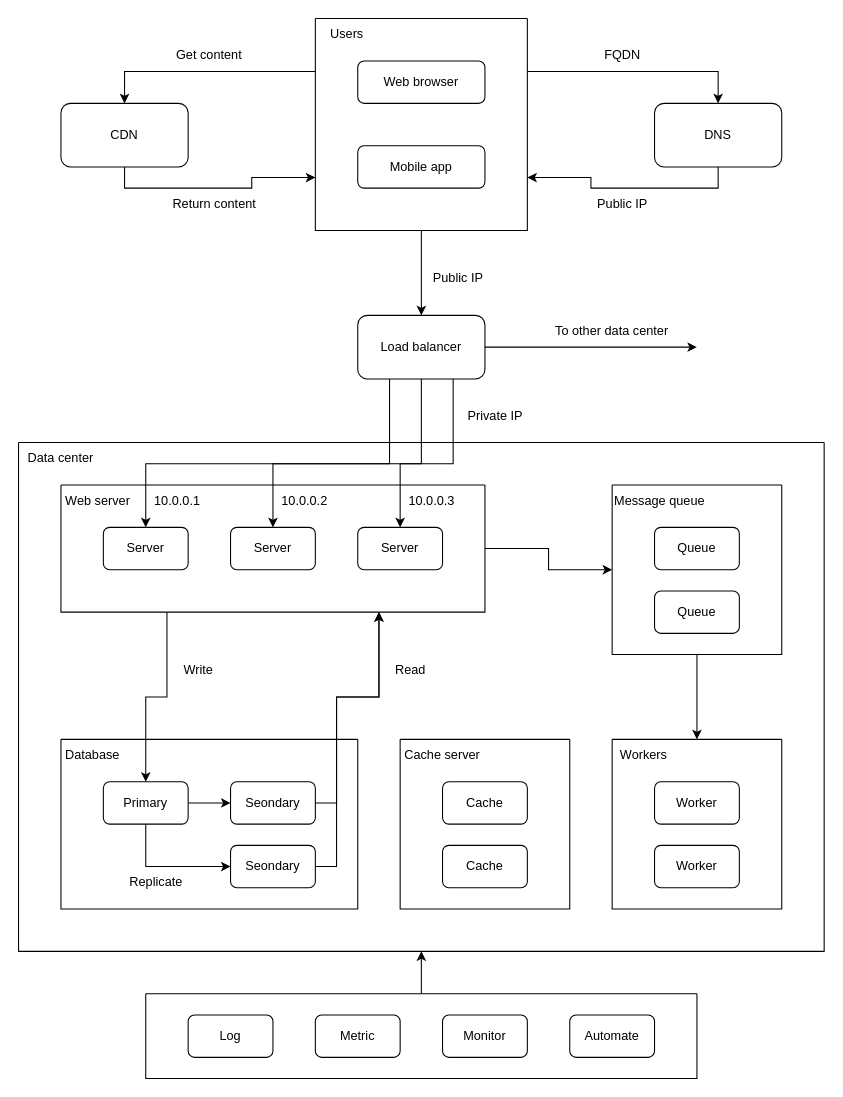
Earlier version of the draw.io diagram img/system-design/system-design1.drawio (riehseun/riehseun.github.io). Source tidied: cells renumbered, new cells numbered last; positions are measured from the earlier drawing's top-left corner, leaving out a move shared by most shapes. Both pictures are drawn from the tidied source at 106%, with x=0, y=0 at pixel (18, 18).
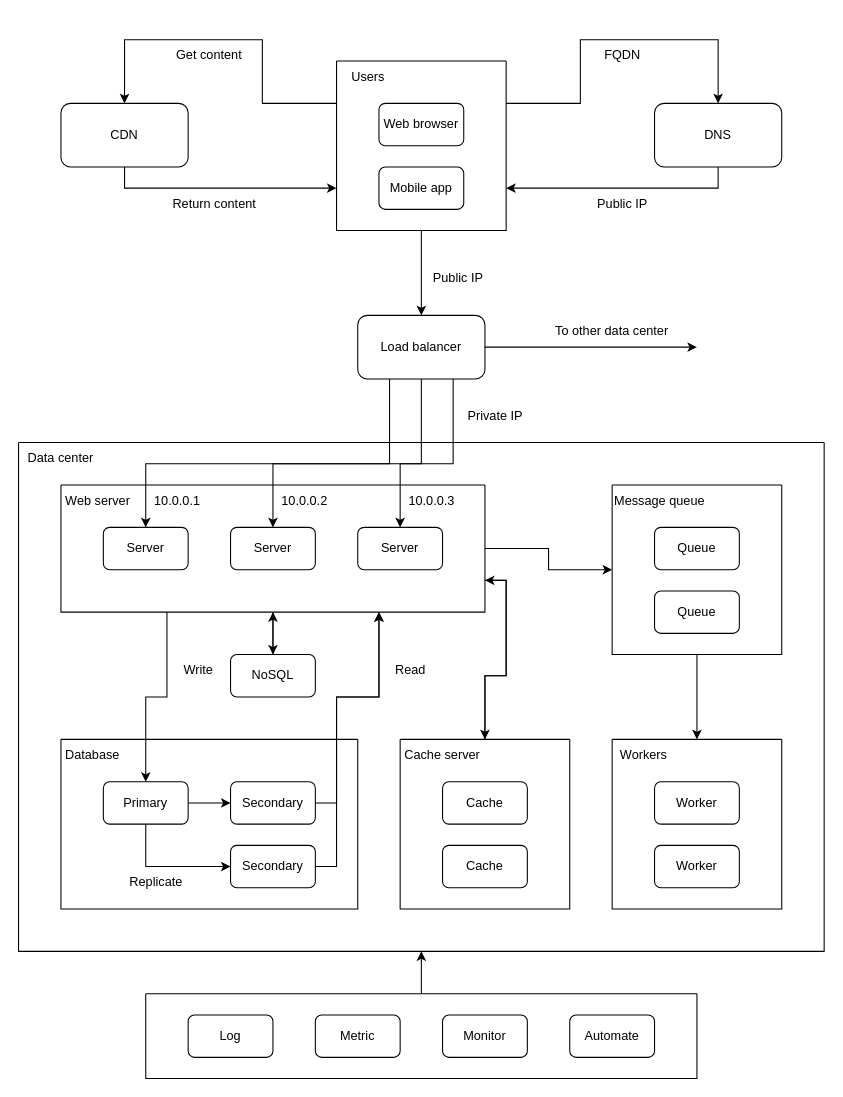
After the change.

The change refers to these unchanged cells:
```xml
<mxCell id="16" style="swimlane;startSize=0;" parent="1" vertex="1">
  <mxGeometry y="400" width="760" height="480" as="geometry" />
</mxCell>
<mxCell id="17" style="swimlane;startSize=0;" parent="16" vertex="1">
  <mxGeometry x="40" y="280" width="280" height="160" as="geometry" />
</mxCell>
<mxCell id="27" style="swimlane;startSize=0;" parent="16" vertex="1">
  <mxGeometry x="40" y="40" width="400" height="120" as="geometry" />
</mxCell>
<mxCell id="39" style="swimlane;startSize=0;" parent="16" vertex="1">
  <mxGeometry x="360" y="280" width="160" height="160" as="geometry" />
</mxCell>
<mxCell id="42" value="Cache server" style="text;html=1;strokeColor=none;fillColor=none;align=center;verticalAlign=middle;whiteSpace=wrap;rounded=0;" parent="39" vertex="1">
  <mxGeometry width="80" height="30" as="geometry" />
</mxCell>
```

Change to the diagram source:
```diff
@@
     <mxCell id="5" style="swimlane;startSize=0;" parent="1" vertex="1">
-      <mxGeometry x="280" width="200" height="200" as="geometry" />
+      <mxGeometry x="300" y="40" width="160" height="160" as="geometry" />
     </mxCell>
     <mxCell id="6" value="Web browser" style="rounded=1;whiteSpace=wrap;html=1;" parent="5" vertex="1">
-      <mxGeometry x="40" y="40" width="120" height="40" as="geometry" />
+      <mxGeometry x="40" y="40" width="80" height="40" as="geometry" />
     </mxCell>
     <mxCell id="7" value="Mobile app" style="rounded=1;whiteSpace=wrap;html=1;" parent="5" vertex="1">
-      <mxGeometry x="40" y="120" width="120" height="40" as="geometry" />
+      <mxGeometry x="40" y="100" width="80" height="40" as="geometry" />
     </mxCell>
@@
-    <mxCell id="21" value="Seondary" style="rounded=1;whiteSpace=wrap;html=1;" parent="17" vertex="1">
+    <mxCell id="21" value="Secondary" style="rounded=1;whiteSpace=wrap;html=1;" parent="17" vertex="1">
       <mxGeometry x="160" y="40" width="80" height="40" as="geometry" />
     </mxCell>
@@
-    <mxCell id="23" value="Seondary" style="rounded=1;whiteSpace=wrap;html=1;" parent="17" vertex="1">
+    <mxCell id="23" value="Secondary" style="rounded=1;whiteSpace=wrap;html=1;" parent="17" vertex="1">
       <mxGeometry x="160" y="100" width="80" height="40" as="geometry" />
     </mxCell>
@@
+    <mxCell id="68" style="edgeStyle=orthogonalEdgeStyle;rounded=0;jettySize=auto;html=1;exitX=1;exitY=0.75;exitDx=0;exitDy=0;entryX=0.5;entryY=0;entryDx=0;entryDy=0;" parent="16" edge="1" source="27" target="39">
+      <mxGeometry relative="1" as="geometry" />
+    </mxCell>
+    <mxCell id="69" style="edgeStyle=orthogonalEdgeStyle;rounded=0;jettySize=auto;html=1;exitX=0.5;exitY=1;exitDx=0;exitDy=0;entryX=0.5;entryY=0;entryDx=0;entryDy=0;" parent="16" edge="1" source="27" target="72">
+      <mxGeometry relative="1" as="geometry" />
+    </mxCell>
@@
+    <mxCell id="70" style="edgeStyle=orthogonalEdgeStyle;rounded=0;jettySize=auto;html=1;exitX=1;exitY=0;exitDx=0;exitDy=0;entryX=1;entryY=0.75;entryDx=0;entryDy=0;" parent="16" edge="1" source="42" target="27">
+      <mxGeometry relative="1" as="geometry" />
+    </mxCell>
+    <mxCell id="71" style="edgeStyle=orthogonalEdgeStyle;rounded=0;jettySize=auto;html=1;exitX=0.5;exitY=0;exitDx=0;exitDy=0;entryX=0.5;entryY=1;entryDx=0;entryDy=0;" parent="16" edge="1" source="72" target="27">
+      <mxGeometry relative="1" as="geometry" />
+    </mxCell>
+    <mxCell id="72" value="NoSQL" style="rounded=1;whiteSpace=wrap;html=1;" parent="16" vertex="1">
+      <mxGeometry x="200" y="200" width="80" height="40" as="geometry" />
+    </mxCell>
```
